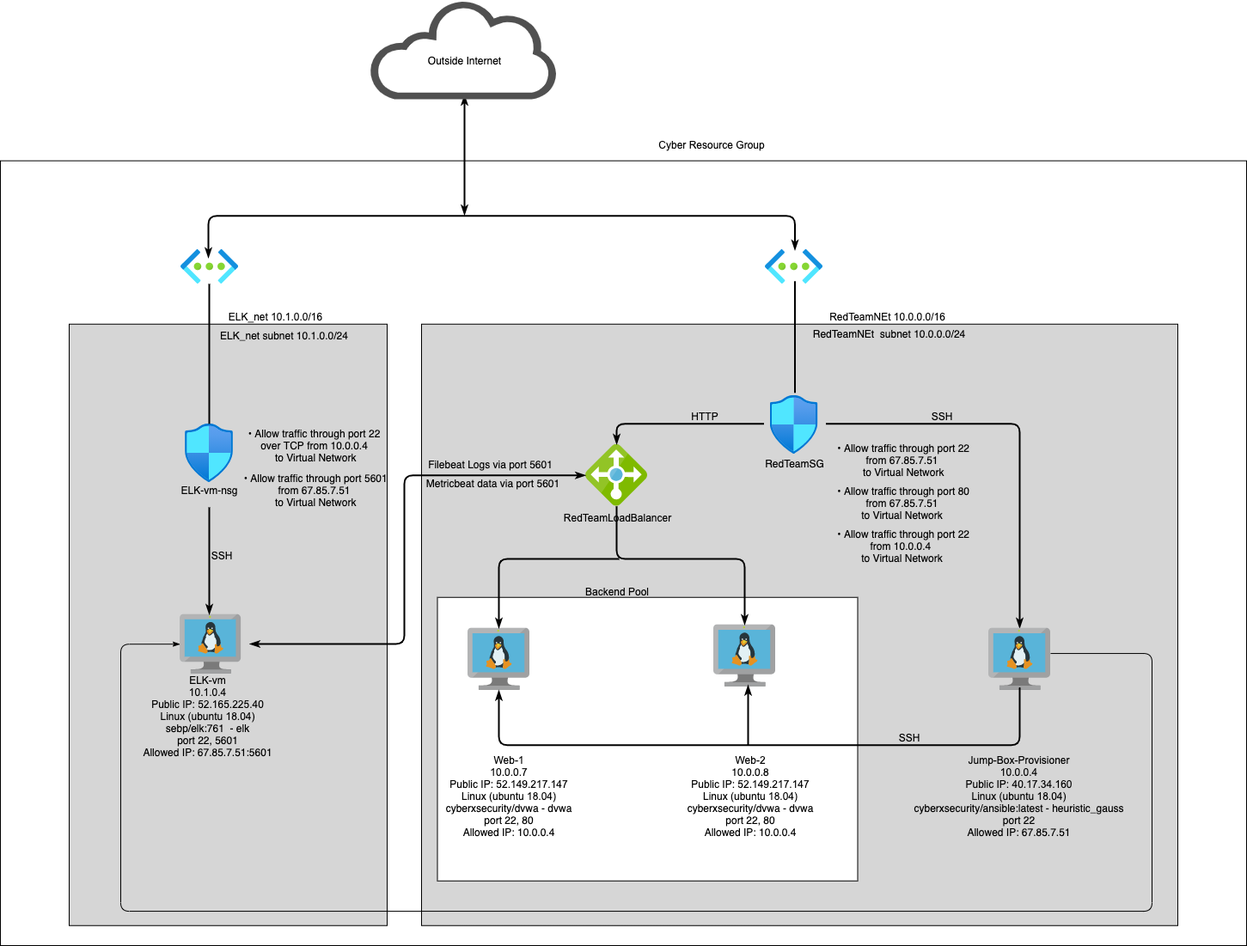
Earlier version of the draw.io export Images/ELK_diagram.png (wiltzie75/ELK-Project). Source tidied: cells renumbered, new cells last; positions are measured from the earlier drawing's top-left corner, leaving out a move shared by most shapes.
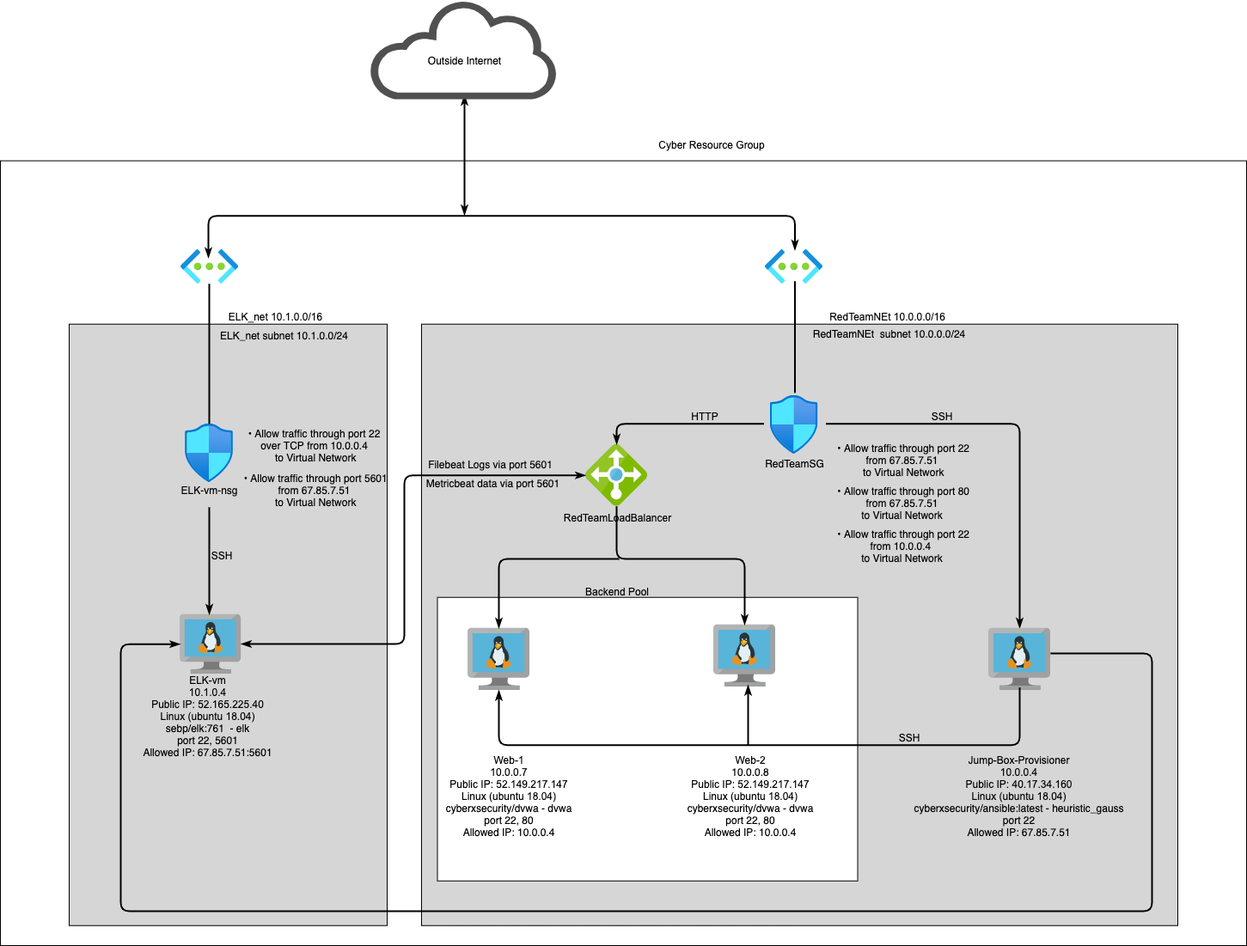
Later version of the same file.

Change to the diagram source:
```diff
@@ -191,7 +191,7 @@
     </mxCell>
     <mxCell id="41" style="endArrow=classicThin;html=1;entryX=0;entryY=0.5;entryDx=0;entryDy=0;edgeStyle=orthogonalEdgeStyle;startArrow=classicThin;startFill=1;endFill=1;strokeWidth=2;" parent="1" edge="1" target="12">
       <mxGeometry relative="1" as="geometry">
-        <mxPoint x="290" y="749" as="sourcePoint" />
+        <mxPoint x="280" y="749" as="sourcePoint" />
         <Array as="points">
           <mxPoint x="470" y="749" />
           <mxPoint x="470" y="553" />
@@ -234,7 +234,7 @@
     <mxCell id="53" value="&lt;div style='width: 378.0811px;height:auto;word-break: break-word;'&gt;&lt;div align=&quot;center&quot;&gt;&lt;span style=&quot;font-family:Arial;font-size:12px; line-height: 0;&quot;&gt;&lt;span style=&quot; line-height: normal;&quot;&gt;RedTeamNEt 10.0.0.0/16&lt;/span&gt;&lt;/span&gt;&lt;/div&gt;&lt;/div&gt;" style="text;html=1;nl2Br=0;html=1;nl2Br=0;verticalAlign=middle;align=center;spacingLeft=0.0;spacingRight=0;whiteSpace=wrap;gliffyId=14;" parent="1" vertex="1">
       <mxGeometry x="840" y="360.8" width="385.1" height="14" as="geometry" />
     </mxCell>
-    <mxCell id="54" style="endArrow=none;html=1;edgeStyle=orthogonalEdgeStyle;exitX=0;exitY=0.5;exitDx=0;exitDy=0;startArrow=classicThin;startFill=1;" parent="1" edge="1" source="28">
+    <mxCell id="54" style="endArrow=none;html=1;edgeStyle=orthogonalEdgeStyle;exitX=0;exitY=0.5;exitDx=0;exitDy=0;startArrow=classicThin;startFill=1;strokeWidth=2;" parent="1" edge="1" source="28">
       <mxGeometry relative="1" as="geometry">
         <mxPoint x="1222" y="760" as="targetPoint" />
         <Array as="points">
```
